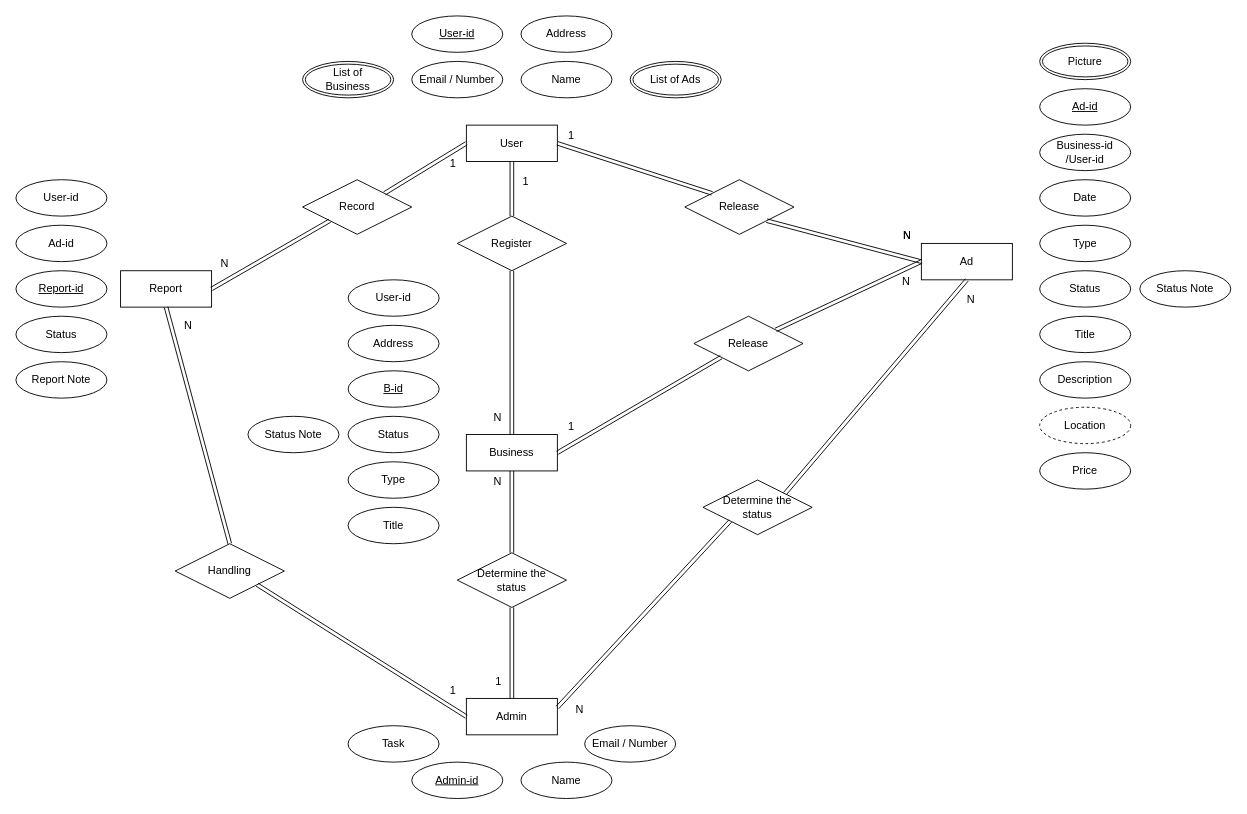
khebrati/HamsellDatabase keeps this draw.io diagram as Project.drawio. Above is the earlier version. Source tidied: cells renumbered, new cells numbered last; positions are measured from the earlier drawing's top-left corner, leaving out a move shared by most shapes. Both pictures are drawn from the tidied source at 91%, with x=0, y=0 at pixel (15, 15).
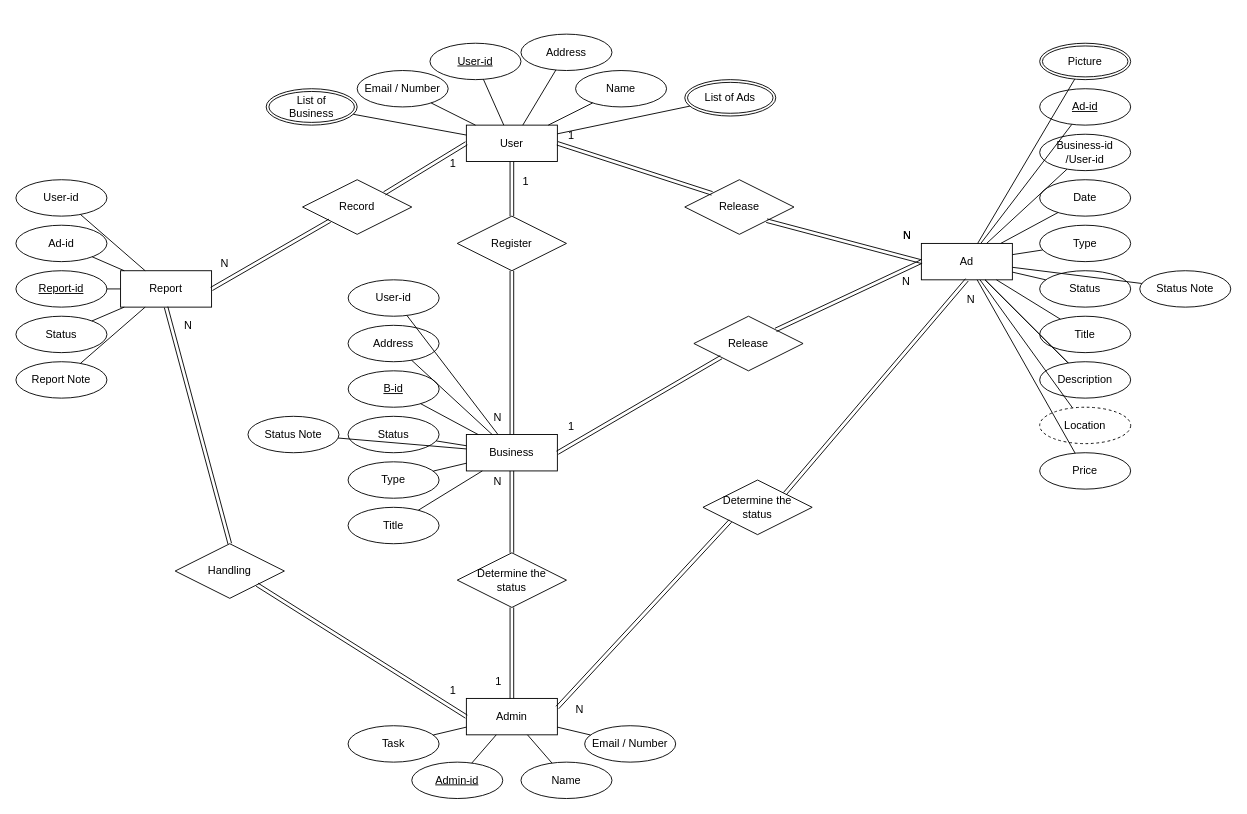
The same page after the edit.

Commit message:
added lines between entities and their attributes

Unchanged cells that the change refers to:
```xml
<mxCell id="2" value="User" style="whiteSpace=wrap;html=1;align=center;" parent="1" vertex="1">
<mxCell id="7" value="Ad" style="whiteSpace=wrap;html=1;align=center;" parent="1" vertex="1">
<mxCell id="8" value="Ad-id" style="ellipse;whiteSpace=wrap;html=1;align=center;fontStyle=4;" parent="1" vertex="1">
<mxCell id="9" value="Business-id&lt;div&gt;/User-id&lt;/div&gt;" style="ellipse;whiteSpace=wrap;html=1;align=center;" parent="1" vertex="1">
<mxCell id="10" value="Date" style="ellipse;whiteSpace=wrap;html=1;align=center;" parent="1" vertex="1">
<mxCell id="11" value="Type" style="ellipse;whiteSpace=wrap;html=1;align=center;" parent="1" vertex="1">
<mxCell id="12" value="Status" style="ellipse;whiteSpace=wrap;html=1;align=center;" parent="1" vertex="1">
<mxCell id="13" value="Title" style="ellipse;whiteSpace=wrap;html=1;align=center;" parent="1" vertex="1">
<mxCell id="14" value="Description" style="ellipse;whiteSpace=wrap;html=1;align=center;" parent="1" vertex="1">
<mxCell id="15" value="Price" style="ellipse;whiteSpace=wrap;html=1;align=center;" parent="1" vertex="1">
<mxCell id="16" value="Picture" style="ellipse;shape=doubleEllipse;margin=3;whiteSpace=wrap;html=1;align=center;" parent="1" vertex="1">
<mxCell id="17" value="Location" style="ellipse;whiteSpace=wrap;html=1;align=center;dashed=1;" parent="1" vertex="1">
<mxCell id="18" value="Admin-id" style="ellipse;whiteSpace=wrap;html=1;align=center;fontStyle=4;" parent="1" vertex="1">
<mxCell id="19" value="Task" style="ellipse;whiteSpace=wrap;html=1;align=center;" parent="1" vertex="1">
<mxCell id="20" value="Name" style="ellipse;whiteSpace=wrap;html=1;align=center;" parent="1" vertex="1">
<mxCell id="21" value="Admin" style="whiteSpace=wrap;html=1;align=center;" parent="1" vertex="1">
<mxCell id="22" value="Email / Nu&lt;span style=&quot;background-color: initial;&quot;&gt;mber&lt;/span&gt;" style="ellipse;whiteSpace=wrap;html=1;align=center;" parent="1" vertex="1">
<mxCell id="23" value="Business" style="whiteSpace=wrap;html=1;align=center;" parent="1" vertex="1">
<mxCell id="24" value="B-id" style="ellipse;whiteSpace=wrap;html=1;align=center;fontStyle=4;" parent="1" vertex="1">
<mxCell id="25" value="Title" style="ellipse;whiteSpace=wrap;html=1;align=center;" parent="1" vertex="1">
<mxCell id="26" value="Address" style="ellipse;whiteSpace=wrap;html=1;align=center;" parent="1" vertex="1">
<mxCell id="27" value="Type" style="ellipse;whiteSpace=wrap;html=1;align=center;" parent="1" vertex="1">
<mxCell id="28" value="User-id" style="ellipse;whiteSpace=wrap;html=1;align=center;" parent="1" vertex="1">
<mxCell id="29" value="Status Note" style="ellipse;whiteSpace=wrap;html=1;align=center;" parent="1" vertex="1">
<mxCell id="30" value="Report" style="whiteSpace=wrap;html=1;align=center;" parent="1" vertex="1">
<mxCell id="31" value="Report-id" style="ellipse;whiteSpace=wrap;html=1;align=center;fontStyle=4;" parent="1" vertex="1">
<mxCell id="32" value="Ad-id" style="ellipse;whiteSpace=wrap;html=1;align=center;" parent="1" vertex="1">
<mxCell id="33" value="User-id" style="ellipse;whiteSpace=wrap;html=1;align=center;" parent="1" vertex="1">
<mxCell id="34" value="Report Note" style="ellipse;whiteSpace=wrap;html=1;align=center;" parent="1" vertex="1">
<mxCell id="35" value="Status" style="ellipse;whiteSpace=wrap;html=1;align=center;" parent="1" vertex="1">
<mxCell id="74" value="Status" style="ellipse;whiteSpace=wrap;html=1;align=center;" parent="1" vertex="1">
<mxCell id="75" value="Status Note" style="ellipse;whiteSpace=wrap;html=1;align=center;" parent="1" vertex="1">
```

Change to the diagram source:
```diff
@@
     <mxCell id="3" value="User-id" style="ellipse;whiteSpace=wrap;html=1;align=center;fontStyle=4;" parent="1" vertex="1">
-      <mxGeometry x="435" width="100" height="40" as="geometry" />
+      <mxGeometry x="455" y="30" width="100" height="40" as="geometry" />
     </mxCell>
     <mxCell id="4" value="Email / Nu&lt;span style=&quot;background-color: initial;&quot;&gt;mber&lt;/span&gt;" style="ellipse;whiteSpace=wrap;html=1;align=center;" parent="1" vertex="1">
-      <mxGeometry x="435" y="50" width="100" height="40" as="geometry" />
+      <mxGeometry x="375" y="60" width="100" height="40" as="geometry" />
     </mxCell>
     <mxCell id="5" value="Name" style="ellipse;whiteSpace=wrap;html=1;align=center;" parent="1" vertex="1">
-      <mxGeometry x="555" y="50" width="100" height="40" as="geometry" />
+      <mxGeometry x="615" y="60" width="100" height="40" as="geometry" />
     </mxCell>
     <mxCell id="6" value="Address" style="ellipse;whiteSpace=wrap;html=1;align=center;" parent="1" vertex="1">
-      <mxGeometry x="555" width="100" height="40" as="geometry" />
+      <mxGeometry x="555" y="20" width="100" height="40" as="geometry" />
     </mxCell>
@@
     <mxCell id="60" value="List of Ads" style="ellipse;shape=doubleEllipse;margin=3;whiteSpace=wrap;html=1;align=center;" parent="1" vertex="1">
-      <mxGeometry x="675" y="50" width="100" height="40" as="geometry" />
+      <mxGeometry x="735" y="70" width="100" height="40" as="geometry" />
     </mxCell>
     <mxCell id="61" value="List of&lt;div&gt;Business&lt;/div&gt;" style="ellipse;shape=doubleEllipse;margin=3;whiteSpace=wrap;html=1;align=center;" parent="1" vertex="1">
-      <mxGeometry x="315" y="50" width="100" height="40" as="geometry" />
+      <mxGeometry x="275" y="80" width="100" height="40" as="geometry" />
     </mxCell>
@@
+    <mxCell id="76" style="endArrow=none;html=1;rounded=0;" parent="1" edge="1" source="61" target="2">
+      <mxGeometry relative="1" as="geometry" />
+    </mxCell>
+    <mxCell id="77" style="endArrow=none;html=1;rounded=0;" parent="1" edge="1" source="4" target="2">
+      <mxGeometry relative="1" as="geometry" />
+    </mxCell>
+    <mxCell id="78" style="endArrow=none;html=1;rounded=0;" parent="1" edge="1" source="5" target="2">
+      <mxGeometry relative="1" as="geometry" />
+    </mxCell>
+    <mxCell id="79" style="endArrow=none;html=1;rounded=0;" parent="1" edge="1" source="60" target="2">
+      <mxGeometry relative="1" as="geometry" />
+    </mxCell>
+    <mxCell id="80" style="endArrow=none;html=1;rounded=0;" parent="1" edge="1" source="3" target="2">
+      <mxGeometry relative="1" as="geometry" />
+    </mxCell>
+    <mxCell id="81" style="endArrow=none;html=1;rounded=0;" parent="1" edge="1" source="6" target="2">
+      <mxGeometry relative="1" as="geometry" />
+    </mxCell>
+    <mxCell id="82" style="endArrow=none;html=1;rounded=0;" parent="1" edge="1" source="33" target="30">
+      <mxGeometry relative="1" as="geometry" />
+    </mxCell>
+    <mxCell id="83" style="endArrow=none;html=1;rounded=0;" parent="1" edge="1" source="32" target="30">
+      <mxGeometry relative="1" as="geometry" />
+    </mxCell>
+    <mxCell id="84" style="endArrow=none;html=1;rounded=0;" parent="1" edge="1" source="31" target="30">
+      <mxGeometry relative="1" as="geometry" />
+    </mxCell>
+    <mxCell id="85" style="endArrow=none;html=1;rounded=0;" parent="1" edge="1" source="35" target="30">
+      <mxGeometry relative="1" as="geometry" />
+    </mxCell>
+    <mxCell id="86" style="endArrow=none;html=1;rounded=0;" parent="1" edge="1" source="34" target="30">
+      <mxGeometry relative="1" as="geometry" />
+    </mxCell>
+    <mxCell id="87" style="endArrow=none;html=1;rounded=0;" parent="1" edge="1" source="28" target="23">
+      <mxGeometry relative="1" as="geometry" />
+    </mxCell>
+    <mxCell id="88" style="endArrow=none;html=1;rounded=0;" parent="1" edge="1" source="26" target="23">
+      <mxGeometry relative="1" as="geometry" />
+    </mxCell>
+    <mxCell id="89" style="endArrow=none;html=1;rounded=0;" parent="1" edge="1" source="24" target="23">
+      <mxGeometry relative="1" as="geometry" />
+    </mxCell>
+    <mxCell id="90" style="endArrow=none;html=1;rounded=0;" parent="1" edge="1" source="74" target="23">
+      <mxGeometry relative="1" as="geometry" />
+    </mxCell>
+    <mxCell id="91" style="endArrow=none;html=1;rounded=0;" parent="1" edge="1" source="27" target="23">
+      <mxGeometry relative="1" as="geometry" />
+    </mxCell>
+    <mxCell id="92" style="endArrow=none;html=1;rounded=0;" parent="1" edge="1" source="25" target="23">
+      <mxGeometry relative="1" as="geometry" />
+    </mxCell>
+    <mxCell id="93" style="endArrow=none;html=1;rounded=0;" parent="1" edge="1" source="75" target="23">
+      <mxGeometry relative="1" as="geometry" />
+    </mxCell>
+    <mxCell id="94" style="endArrow=none;html=1;rounded=0;" parent="1" edge="1" source="22" target="21">
+      <mxGeometry relative="1" as="geometry" />
+    </mxCell>
+    <mxCell id="95" style="endArrow=none;html=1;rounded=0;" parent="1" edge="1" source="18" target="21">
+      <mxGeometry relative="1" as="geometry" />
+    </mxCell>
+    <mxCell id="96" style="endArrow=none;html=1;rounded=0;" parent="1" edge="1" source="19" target="21">
+      <mxGeometry relative="1" as="geometry" />
+    </mxCell>
+    <mxCell id="97" style="endArrow=none;html=1;rounded=0;" parent="1" edge="1" source="20" target="21">
+      <mxGeometry relative="1" as="geometry" />
+    </mxCell>
+    <mxCell id="98" style="endArrow=none;html=1;rounded=0;" parent="1" edge="1" source="7" target="8">
+      <mxGeometry relative="1" as="geometry" />
+    </mxCell>
+    <mxCell id="99" style="endArrow=none;html=1;rounded=0;" parent="1" edge="1" source="7" target="16">
+      <mxGeometry relative="1" as="geometry" />
+    </mxCell>
+    <mxCell id="100" style="endArrow=none;html=1;rounded=0;" parent="1" edge="1" source="7" target="9">
+      <mxGeometry relative="1" as="geometry" />
+    </mxCell>
+    <mxCell id="101" style="endArrow=none;html=1;rounded=0;" parent="1" edge="1" source="7" target="10">
+      <mxGeometry relative="1" as="geometry" />
+    </mxCell>
+    <mxCell id="102" style="endArrow=none;html=1;rounded=0;" parent="1" edge="1" source="7" target="11">
+      <mxGeometry relative="1" as="geometry" />
+    </mxCell>
+    <mxCell id="103" style="endArrow=none;html=1;rounded=0;" parent="1" edge="1" source="7" target="12">
+      <mxGeometry relative="1" as="geometry" />
+    </mxCell>
+    <mxCell id="104" style="endArrow=none;html=1;rounded=0;" parent="1" edge="1" source="7" target="13">
+      <mxGeometry relative="1" as="geometry" />
+    </mxCell>
+    <mxCell id="105" style="endArrow=none;html=1;rounded=0;" parent="1" edge="1" source="7" target="14">
+      <mxGeometry relative="1" as="geometry" />
+    </mxCell>
+    <mxCell id="106" style="endArrow=none;html=1;rounded=0;" parent="1" edge="1" source="7" target="14">
+      <mxGeometry relative="1" as="geometry" />
+    </mxCell>
+    <mxCell id="107" style="endArrow=none;html=1;rounded=0;" parent="1" edge="1" source="7" target="17">
+      <mxGeometry relative="1" as="geometry" />
+    </mxCell>
+    <mxCell id="108" style="endArrow=none;html=1;rounded=0;" parent="1" edge="1" source="7" target="15">
+      <mxGeometry relative="1" as="geometry" />
+    </mxCell>
+    <mxCell id="109" style="endArrow=none;html=1;rounded=0;" parent="1" edge="1" source="7" target="29">
+      <mxGeometry relative="1" as="geometry" />
+    </mxCell>
```
